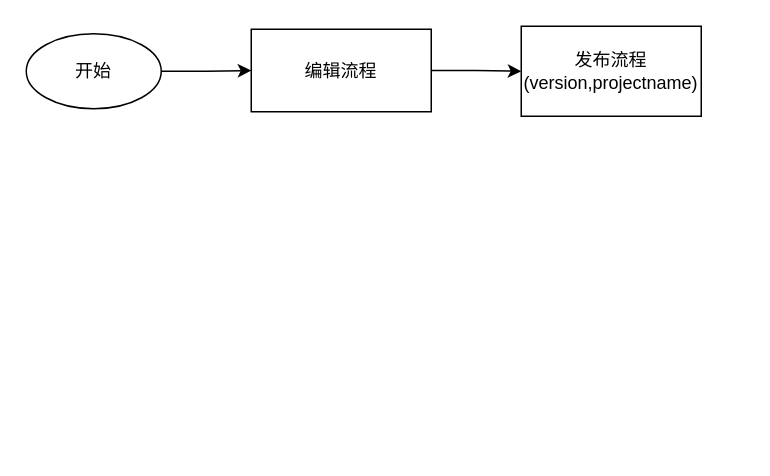
The draw.io diagram rpa_orchestrator_process发布流程图.drawio in sunhj000/draw, before the edit. Source tidied: cells renumbered, new cells numbered last; positions are measured from the earlier drawing's top-left corner, leaving out a move shared by most shapes. Both pictures are drawn from the tidied source at 150%, with x=0, y=0 at pixel (26, 26).
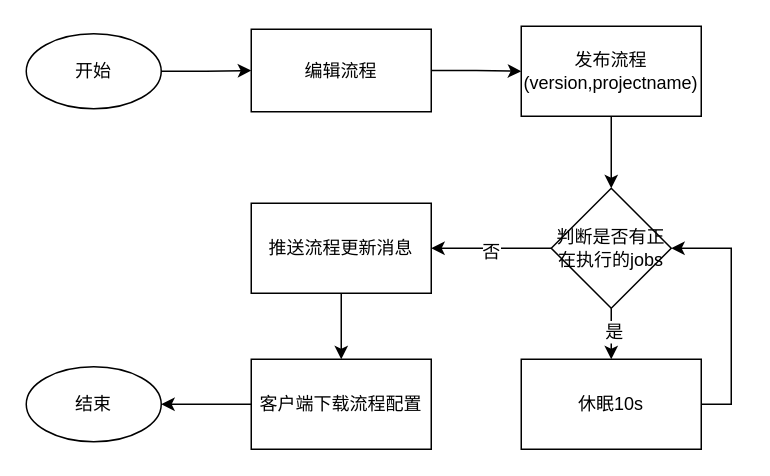
The same page after the edit.

Commit message (it also covers changes not shown here):
Update rpa_orchestrator_process发布流程图.drawio

The change refers to these unchanged cells:
```xml
<mxCell id="6" value="发布流程(version,projectname)" style="rounded=0;whiteSpace=wrap;html=1;" parent="1" vertex="1">
  <mxGeometry x="330" width="120" height="60" as="geometry" />
</mxCell>
```

Diff of the diagram source:
```diff
@@
+    <mxCell id="7" style="edgeStyle=orthogonalEdgeStyle;rounded=0;jettySize=auto;html=1;entryX=0.5;entryY=0;entryDx=0;entryDy=0;" parent="1" edge="1" source="6" target="12">
+      <mxGeometry relative="1" as="geometry" />
+    </mxCell>
@@
+    <mxCell id="8" style="edgeStyle=orthogonalEdgeStyle;rounded=0;jettySize=auto;html=1;entryX=0.5;entryY=0;entryDx=0;entryDy=0;" parent="1" edge="1" source="12" target="14">
+      <mxGeometry relative="1" as="geometry" />
+    </mxCell>
+    <mxCell id="9" value="是" style="text;html=1;align=center;verticalAlign=middle;labelBackgroundColor=#ffffff;" parent="8" vertex="1">
+      <mxGeometry x="-0.35" y="1" relative="1" as="geometry" />
+    </mxCell>
+    <mxCell id="10" style="edgeStyle=orthogonalEdgeStyle;rounded=0;jettySize=auto;html=1;" parent="1" edge="1" source="12">
+      <mxGeometry relative="1" as="geometry">
+        <mxPoint x="270" y="148" as="targetPoint" />
+      </mxGeometry>
+    </mxCell>
+    <mxCell id="11" value="否" style="text;html=1;align=center;verticalAlign=middle;labelBackgroundColor=#ffffff;" parent="10" vertex="1">
+      <mxGeometry x="0.03" y="2" relative="1" as="geometry" />
+    </mxCell>
+    <mxCell id="12" value="判断是否有正在执行的jobs" style="rhombus;whiteSpace=wrap;html=1;" parent="1" vertex="1">
+      <mxGeometry x="350" y="108" width="80" height="80" as="geometry" />
+    </mxCell>
+    <mxCell id="13" style="edgeStyle=orthogonalEdgeStyle;rounded=0;jettySize=auto;html=1;entryX=1;entryY=0.5;entryDx=0;entryDy=0;exitX=1;exitY=0.5;exitDx=0;exitDy=0;" parent="1" edge="1" source="14" target="12">
+      <mxGeometry relative="1" as="geometry" />
+    </mxCell>
+    <mxCell id="14" value="休眠10s" style="rounded=0;whiteSpace=wrap;html=1;" parent="1" vertex="1">
+      <mxGeometry x="330" y="222" width="120" height="60" as="geometry" />
+    </mxCell>
+    <mxCell id="15" style="edgeStyle=orthogonalEdgeStyle;rounded=0;jettySize=auto;html=1;" parent="1" edge="1" source="16" target="18">
+      <mxGeometry relative="1" as="geometry" />
+    </mxCell>
+    <mxCell id="16" value="推送流程更新消息" style="rounded=0;whiteSpace=wrap;html=1;" parent="1" vertex="1">
+      <mxGeometry x="150" y="118" width="120" height="60" as="geometry" />
+    </mxCell>
+    <mxCell id="17" style="edgeStyle=orthogonalEdgeStyle;rounded=0;jettySize=auto;html=1;entryX=1;entryY=0.5;entryDx=0;entryDy=0;" parent="1" edge="1" source="18" target="19">
+      <mxGeometry relative="1" as="geometry" />
+    </mxCell>
+    <mxCell id="18" value="客户端下载流程配置" style="rounded=0;whiteSpace=wrap;html=1;" parent="1" vertex="1">
+      <mxGeometry x="150" y="222" width="120" height="60" as="geometry" />
+    </mxCell>
+    <mxCell id="19" value="结束" style="ellipse;whiteSpace=wrap;html=1;" parent="1" vertex="1">
+      <mxGeometry y="227" width="90" height="50" as="geometry" />
+    </mxCell>
```
